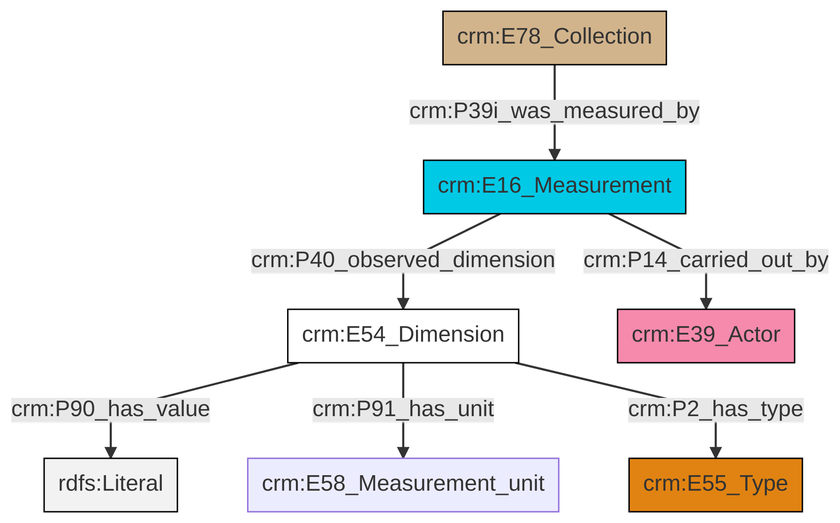
Above: et/archivalCSV/ttl/mmd/png/archival_substance.png in swiss-art-research-net/docs.swissartresearch (Mermaid), before the change. Its source is kept beside it as et/archivalCSV/ttl/mmd/archival_substance.ttl.mmd.
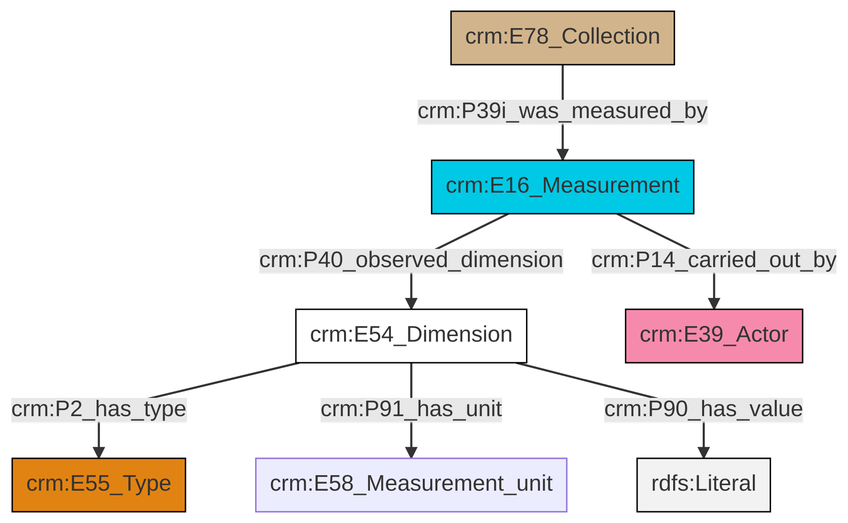
After the commit.

The edit, as a diff of the source:
```diff
@@ -13,9 +13,9 @@
 classDef PC_Classes fill:#4ce600, stroke:#000000;
 classDef Multi fill:#cccccc,stroke:#000000;
 
-0["crm:E54_Dimension"]:::CRM_Entity -->|crm:P90_has_value| 1[rdfs:Literal]:::Literal
-2["crm:E78_Collection"]:::Physical_Thing -->|crm:P39i_was_measured_by| 4["crm:E16_Measurement"]:::Temporal_Entity
-0["crm:E54_Dimension"]:::CRM_Entity -->|crm:P91_has_unit| 5["crm:E58_Measurement_unit"]:::Default
-4["crm:E16_Measurement"]:::Temporal_Entity -->|crm:P40_observed_dimension| 0["crm:E54_Dimension"]:::CRM_Entity
-0["crm:E54_Dimension"]:::CRM_Entity -->|crm:P2_has_type| 8["crm:E55_Type"]:::Type
-4["crm:E16_Measurement"]:::Temporal_Entity -->|crm:P14_carried_out_by| 10["crm:E39_Actor"]:::Actor
+0["crm:E54_Dimension"]:::CRM_Entity -->|crm:P2_has_type| 2["crm:E55_Type"]:::Type
+3["crm:E16_Measurement"]:::Temporal_Entity -->|crm:P14_carried_out_by| 4["crm:E39_Actor"]:::Actor
+6["crm:E78_Collection"]:::Physical_Thing -->|crm:P39i_was_measured_by| 3["crm:E16_Measurement"]:::Temporal_Entity
+0["crm:E54_Dimension"]:::CRM_Entity -->|crm:P91_has_unit| 10["crm:E58_Measurement_unit"]:::Default
+0["crm:E54_Dimension"]:::CRM_Entity -->|crm:P90_has_value| 11[rdfs:Literal]:::Literal
+3["crm:E16_Measurement"]:::Temporal_Entity -->|crm:P40_observed_dimension| 0["crm:E54_Dimension"]:::CRM_Entity
```
